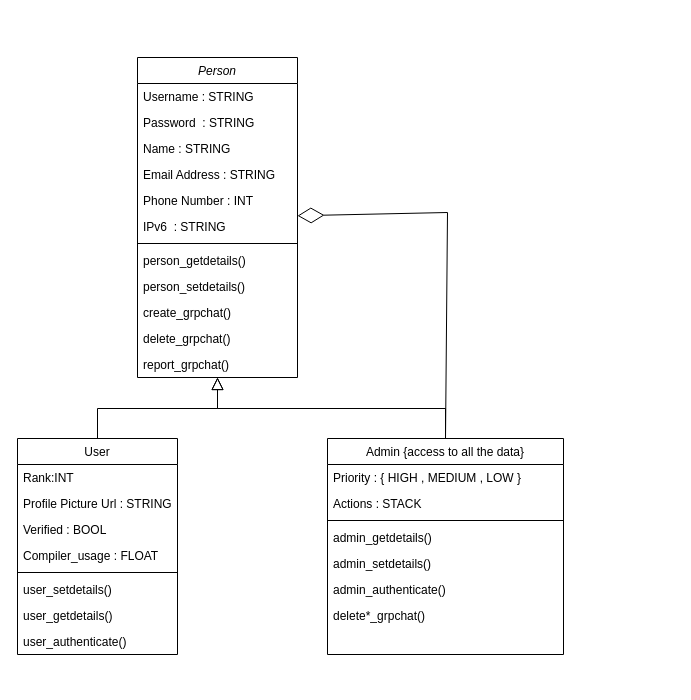
Earlier version of the draw.io diagram TECH-COMMUNITY.drawio.xml (SS0809/diagrams.net). Source tidied: cells renumbered, new cells numbered last; positions are measured from the earlier drawing's top-left corner, leaving out a move shared by most shapes. Both pictures are drawn from the tidied source at 100%, with x=0, y=0 at pixel (17, 57).
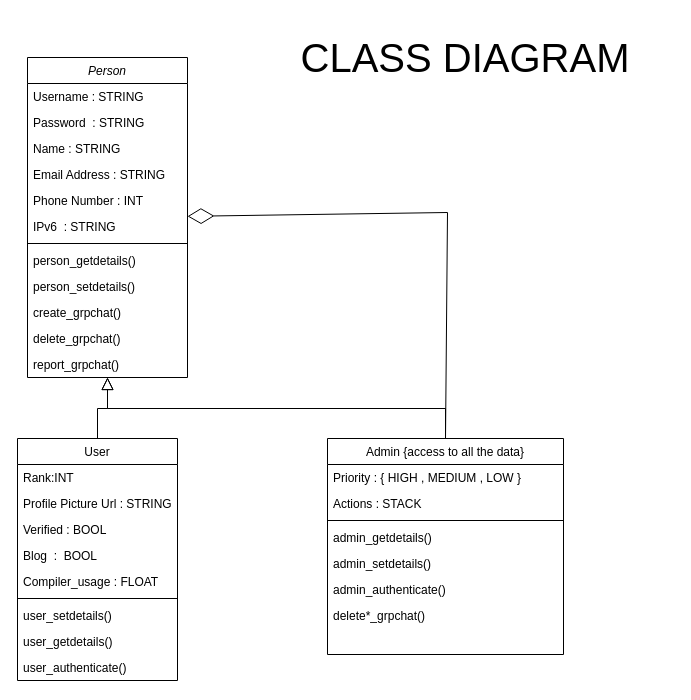
The same diagram, later.

Change to the diagram source:
```diff
@@
     <mxCell id="2" value="Person" style="swimlane;fontStyle=2;align=center;verticalAlign=top;horizontal=1;startSize=26;rounded=0;shadow=0;strokeWidth=1;" parent="1" vertex="1">
-      <mxGeometry x="120" width="160" height="320" as="geometry" />
+      <mxGeometry x="10" width="160" height="320" as="geometry" />
     </mxCell>
@@
     <mxCell id="15" value="User" style="swimlane;fontStyle=0;align=center;verticalAlign=top;horizontal=1;startSize=26;rounded=0;shadow=0;strokeWidth=1;" parent="1" vertex="1">
-      <mxGeometry y="381" width="160" height="216" as="geometry" />
+      <mxGeometry y="381" width="160" height="242" as="geometry" />
     </mxCell>
@@
+    <mxCell id="35" value="Blog  :  BOOL" style="text;align=left;verticalAlign=top;spacingLeft=4;spacingRight=4;overflow=hidden;rounded=0;shadow=0;html=0;" parent="15" vertex="1">
+      <mxGeometry y="104" width="160" height="26" as="geometry" />
+    </mxCell>
     <mxCell id="19" value="Compiler_usage : FLOAT" style="text;align=left;verticalAlign=top;spacingLeft=4;spacingRight=4;overflow=hidden;rounded=0;shadow=0;html=0;" parent="15" vertex="1">
-      <mxGeometry y="104" width="160" height="26" as="geometry" />
+      <mxGeometry y="130" width="160" height="26" as="geometry" />
     </mxCell>
     <mxCell id="20" style="line;html=1;strokeWidth=1;align=left;verticalAlign=middle;spacingTop=-1;spacingLeft=3;spacingRight=3;labelPosition=right;" parent="15" vertex="1">
-      <mxGeometry y="130" width="160" height="8" as="geometry" />
+      <mxGeometry y="156" width="160" height="8" as="geometry" />
     </mxCell>
     <mxCell id="21" value="user_setdetails()" style="text;align=left;verticalAlign=top;spacingLeft=4;spacingRight=4;overflow=hidden;rounded=0;shadow=0;html=0;" parent="15" vertex="1">
-      <mxGeometry y="138" width="160" height="26" as="geometry" />
+      <mxGeometry y="164" width="160" height="26" as="geometry" />
     </mxCell>
     <mxCell id="22" value="user_getdetails()" style="text;align=left;verticalAlign=top;spacingLeft=4;spacingRight=4;overflow=hidden;rounded=0;shadow=0;html=0;" parent="15" vertex="1">
-      <mxGeometry y="164" width="160" height="26" as="geometry" />
+      <mxGeometry y="190" width="160" height="26" as="geometry" />
     </mxCell>
     <mxCell id="23" value="user_authenticate()" style="text;align=left;verticalAlign=top;spacingLeft=4;spacingRight=4;overflow=hidden;rounded=0;shadow=0;html=0;" parent="15" vertex="1">
-      <mxGeometry y="190" width="160" height="26" as="geometry" />
+      <mxGeometry y="216" width="160" height="26" as="geometry" />
     </mxCell>
@@
+    <mxCell id="36" value="&lt;font style=&quot;font-size: 40px;&quot;&gt;CLASS DIAGRAM&lt;/font&gt;" style="text;html=1;strokeColor=none;fillColor=none;align=center;verticalAlign=middle;whiteSpace=wrap;rounded=0;" parent="1" vertex="1">
+      <mxGeometry x="240" y="-40" width="416" height="80" as="geometry" />
+    </mxCell>
```
